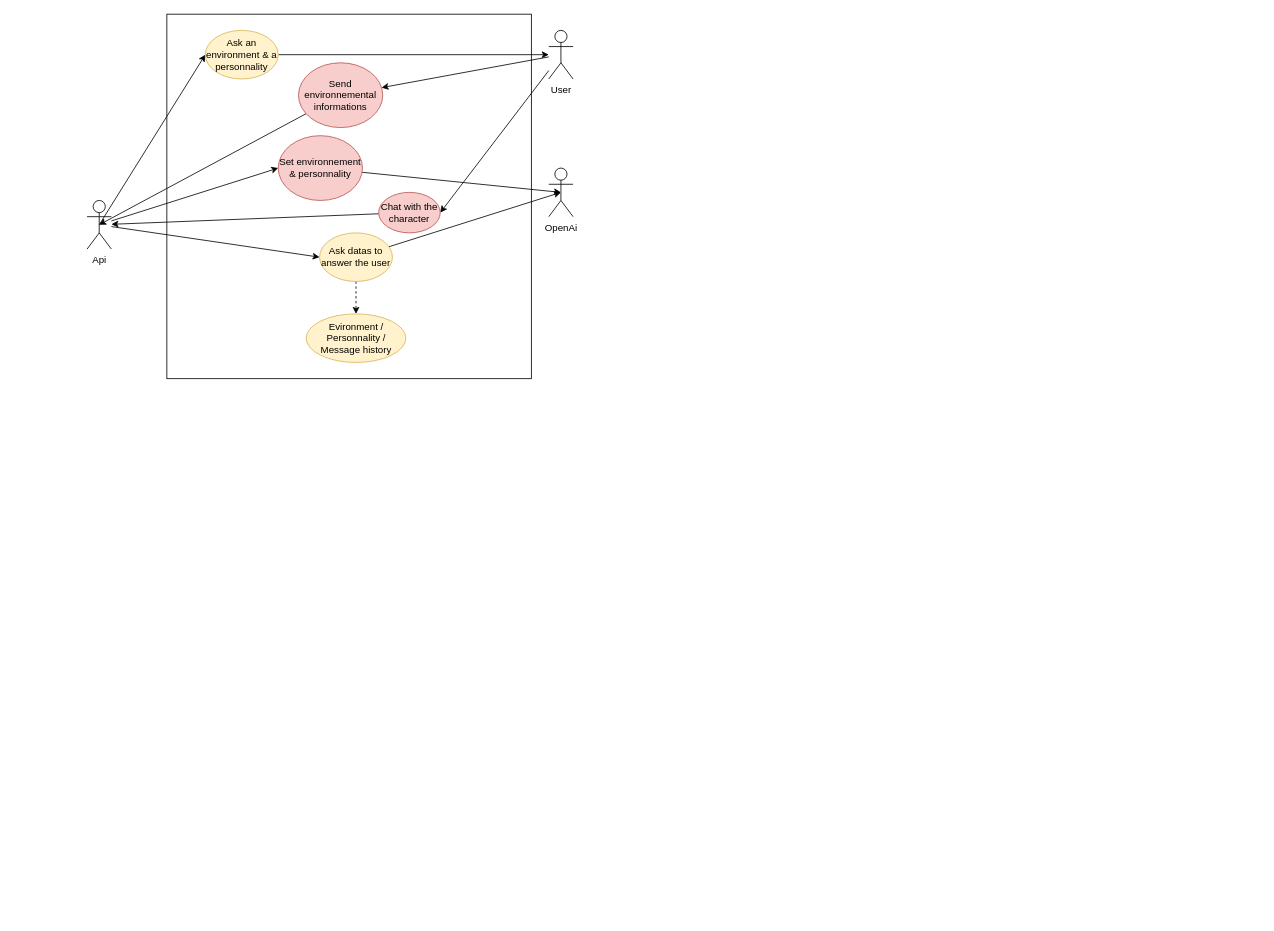
TheoPasquier/Ai-Personnality-chatting keeps this draw.io diagram as UseCase.drawio. Above is the earlier version. Source tidied: cells renumbered, new cells numbered last; positions are measured from the earlier drawing's top-left corner, leaving out a move shared by most shapes. Both pictures are drawn from the tidied source at 81%, with x=0, y=0 at pixel (87, 14).
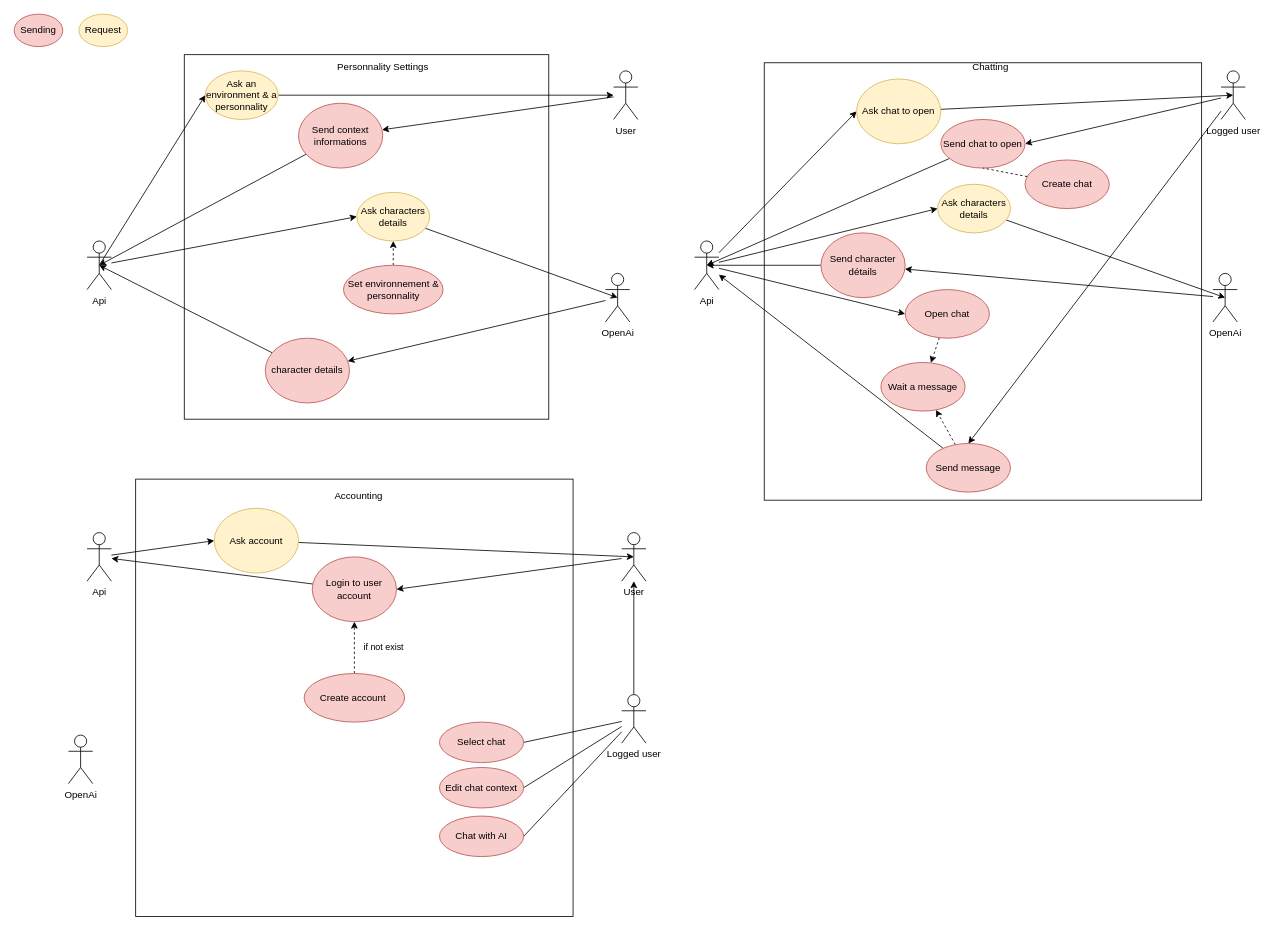
The same diagram, later.

Commit message:
Mettre à jour UseCase.drawio

Change to the diagram source:
```diff
@@
     <mxCell id="2" style="whiteSpace=wrap;html=1;" parent="1" vertex="1">
-      <mxGeometry x="98.5" width="450" height="450" as="geometry" />
+      <mxGeometry x="120" y="50" width="450" height="450" as="geometry" />
     </mxCell>
@@
-    <mxCell id="4" style="edgeStyle=none;rounded=0;jettySize=auto;html=1;entryX=1;entryY=0.5;entryDx=0;entryDy=0;" parent="1" edge="1" source="5" target="18">
-      <mxGeometry relative="1" as="geometry" />
-    </mxCell>
     <mxCell id="5" value="User" style="shape=umlActor;verticalLabelPosition=bottom;verticalAlign=top;html=1;outlineConnect=0;" parent="1" vertex="1">
-      <mxGeometry x="570" y="20" width="30" height="60" as="geometry" />
+      <mxGeometry x="650" y="70" width="30" height="60" as="geometry" />
     </mxCell>
+    <mxCell id="23" style="edgeStyle=none;rounded=0;jettySize=auto;html=1;" parent="1" edge="1" source="6" target="16">
+      <mxGeometry relative="1" as="geometry" />
+    </mxCell>
     <mxCell id="6" value="OpenAi" style="shape=umlActor;verticalLabelPosition=bottom;verticalAlign=top;html=1;outlineConnect=0;" parent="1" vertex="1">
-      <mxGeometry x="570" y="190" width="30" height="60" as="geometry" />
+      <mxGeometry x="640" y="320" width="30" height="60" as="geometry" />
     </mxCell>
@@
-    <mxCell id="8" style="edgeStyle=none;rounded=0;jettySize=auto;html=1;entryX=0;entryY=0.5;entryDx=0;entryDy=0;" parent="1" edge="1" source="10" target="16">
-      <mxGeometry relative="1" as="geometry" />
-    </mxCell>
@@
     <mxCell id="10" value="Api" style="shape=umlActor;verticalLabelPosition=bottom;verticalAlign=top;html=1;outlineConnect=0;" parent="1" vertex="1">
-      <mxGeometry y="230" width="30" height="60" as="geometry" />
+      <mxGeometry y="280" width="30" height="60" as="geometry" />
     </mxCell>
@@
     <mxCell id="12" value="&lt;div&gt;Ask an environment &amp;amp; a personnality&lt;/div&gt;" style="ellipse;whiteSpace=wrap;html=1;fillColor=#fff2cc;strokeColor=#d6b656;" parent="1" vertex="1">
-      <mxGeometry x="146" y="20" width="90" height="60" as="geometry" />
+      <mxGeometry x="146" y="70" width="90" height="60" as="geometry" />
     </mxCell>
@@
-    <mxCell id="14" value="&lt;div&gt;Send environnemental informations&lt;/div&gt;" style="ellipse;whiteSpace=wrap;html=1;fillColor=#f8cecc;strokeColor=#b85450;" parent="1" vertex="1">
-      <mxGeometry x="261" y="60" width="104" height="80" as="geometry" />
+    <mxCell id="14" value="&lt;div&gt;Send context informations&lt;/div&gt;" style="ellipse;whiteSpace=wrap;html=1;fillColor=#f8cecc;strokeColor=#b85450;" parent="1" vertex="1">
+      <mxGeometry x="261" y="110" width="104" height="80" as="geometry" />
     </mxCell>
-    <mxCell id="15" style="edgeStyle=none;rounded=0;jettySize=auto;html=1;entryX=0.5;entryY=0.5;entryDx=0;entryDy=0;entryPerimeter=0;" parent="1" edge="1" source="16" target="6">
-      <mxGeometry relative="1" as="geometry" />
-    </mxCell>
+    <mxCell id="24" style="edgeStyle=none;rounded=0;jettySize=auto;html=1;entryX=0.5;entryY=0.5;entryDx=0;entryDy=0;entryPerimeter=0;" parent="1" edge="1" source="16" target="10">
+      <mxGeometry relative="1" as="geometry" />
+    </mxCell>
-    <mxCell id="16" value="&lt;div&gt;Set environnement &amp;amp; personnality&lt;/div&gt;" style="ellipse;whiteSpace=wrap;html=1;fillColor=#f8cecc;strokeColor=#b85450;" parent="1" vertex="1">
-      <mxGeometry x="236" y="150" width="104" height="80" as="geometry" />
+    <mxCell id="16" value="character details" style="ellipse;whiteSpace=wrap;html=1;fillColor=#f8cecc;strokeColor=#b85450;" parent="1" vertex="1">
+      <mxGeometry x="220" y="400" width="104" height="80" as="geometry" />
     </mxCell>
-    <mxCell id="17" style="edgeStyle=none;rounded=0;jettySize=auto;html=1;" parent="1" edge="1" source="18" target="10">
-      <mxGeometry relative="1" as="geometry" />
-    </mxCell>
-    <mxCell id="18" value="&lt;div&gt;Chat with the character&lt;/div&gt;" style="ellipse;whiteSpace=wrap;html=1;fillColor=#f8cecc;strokeColor=#b85450;" parent="1" vertex="1">
-      <mxGeometry x="360" y="220" width="76" height="50" as="geometry" />
-    </mxCell>
@@
-    <mxCell id="20" style="edgeStyle=none;rounded=0;jettySize=auto;html=1;dashed=1;" parent="1" edge="1" source="21" target="22">
-      <mxGeometry relative="1" as="geometry" />
-    </mxCell>
-    <mxCell id="21" value="&lt;div&gt;Ask datas to answer the user&lt;/div&gt;" style="ellipse;whiteSpace=wrap;html=1;fillColor=#fff2cc;strokeColor=#d6b656;" parent="1" vertex="1">
-      <mxGeometry x="287" y="270" width="90" height="60" as="geometry" />
+    <mxCell id="21" value="Ask characters details" style="ellipse;whiteSpace=wrap;html=1;fillColor=#fff2cc;strokeColor=#d6b656;" parent="1" vertex="1">
+      <mxGeometry x="333" y="220" width="90" height="60" as="geometry" />
     </mxCell>
+    <mxCell id="25" style="edgeStyle=none;rounded=0;jettySize=auto;html=1;dashed=1;" parent="1" edge="1" source="22" target="21">
+      <mxGeometry relative="1" as="geometry" />
+    </mxCell>
-    <mxCell id="22" value="Evironment / Personnality / Message history" style="ellipse;whiteSpace=wrap;html=1;fillColor=#fff2cc;strokeColor=#d6b656;" parent="1" vertex="1">
-      <mxGeometry x="270.5" y="370" width="123" height="60" as="geometry" />
+    <mxCell id="22" value="Set environnement &amp;amp; personnality" style="ellipse;whiteSpace=wrap;html=1;fillColor=#f8cecc;strokeColor=#b85450;" parent="1" vertex="1">
+      <mxGeometry x="316.5" y="310" width="123" height="60" as="geometry" />
     </mxCell>
+    <mxCell id="26" style="whiteSpace=wrap;html=1;" parent="1" vertex="1">
+      <mxGeometry x="60" y="574" width="540" height="540" as="geometry" />
+    </mxCell>
+    <mxCell id="27" value="OpenAi" style="shape=umlActor;verticalLabelPosition=bottom;verticalAlign=top;html=1;" parent="1" vertex="1">
+      <mxGeometry x="-23" y="890" width="30" height="60" as="geometry" />
+    </mxCell>
+    <mxCell id="28" style="edgeStyle=none;rounded=0;jettySize=auto;html=1;entryX=0;entryY=0.5;entryDx=0;entryDy=0;" parent="1" edge="1" source="29" target="34">
+      <mxGeometry relative="1" as="geometry" />
+    </mxCell>
+    <mxCell id="29" value="Api" style="shape=umlActor;verticalLabelPosition=bottom;verticalAlign=top;html=1;outlineConnect=0;" parent="1" vertex="1">
+      <mxGeometry y="640" width="30" height="60" as="geometry" />
+    </mxCell>
+    <mxCell id="30" style="edgeStyle=none;rounded=0;jettySize=auto;html=1;entryX=1;entryY=0.5;entryDx=0;entryDy=0;" parent="1" edge="1" source="31" target="42">
+      <mxGeometry relative="1" as="geometry" />
+    </mxCell>
+    <mxCell id="31" value="User" style="shape=umlActor;verticalLabelPosition=bottom;verticalAlign=top;html=1;outlineConnect=0;" parent="1" vertex="1">
+      <mxGeometry x="660" y="640" width="30" height="60" as="geometry" />
+    </mxCell>
+    <mxCell id="32" value="Personnality Settings" style="text;html=1;align=center;verticalAlign=middle;strokeColor=none;fillColor=none;" parent="1" vertex="1">
+      <mxGeometry x="295" y="50" width="140" height="30" as="geometry" />
+    </mxCell>
+    <mxCell id="33" style="edgeStyle=none;rounded=0;jettySize=auto;html=1;entryX=0.5;entryY=0.5;entryDx=0;entryDy=0;entryPerimeter=0;" parent="1" edge="1" source="34" target="31">
+      <mxGeometry relative="1" as="geometry" />
+    </mxCell>
+    <mxCell id="34" value="&lt;div&gt;Ask account&lt;/div&gt;" style="ellipse;whiteSpace=wrap;html=1;fillColor=#fff2cc;strokeColor=#d6b656;" parent="1" vertex="1">
+      <mxGeometry x="157" y="610" width="104" height="80" as="geometry" />
+    </mxCell>
+    <mxCell id="35" value="Accounting" style="text;html=1;align=center;verticalAlign=middle;strokeColor=none;fillColor=none;" parent="1" vertex="1">
+      <mxGeometry x="295" y="580" width="80" height="30" as="geometry" />
+    </mxCell>
+    <mxCell id="36" value="Sending" style="ellipse;whiteSpace=wrap;html=1;fillColor=#f8cecc;strokeColor=#b85450;" parent="1" vertex="1">
+      <mxGeometry x="-90" width="60" height="40" as="geometry" />
+    </mxCell>
+    <mxCell id="37" value="Request" style="ellipse;whiteSpace=wrap;html=1;fillColor=#fff2cc;strokeColor=#d6b656;" parent="1" vertex="1">
+      <mxGeometry x="-10" width="60" height="40" as="geometry" />
+    </mxCell>
+    <mxCell id="38" style="edgeStyle=none;rounded=0;jettySize=auto;html=1;dashed=1;strokeWidth=1;" parent="1" edge="1" source="40" target="42">
+      <mxGeometry relative="1" as="geometry" />
+    </mxCell>
+    <mxCell id="39" value="if not exist" style="edgeLabel;html=1;align=center;verticalAlign=middle;" parent="38" vertex="1">
+      <mxGeometry x="-0.19" relative="1" as="geometry">
+        <mxPoint x="35" y="-8" as="offset" />
+      </mxGeometry>
+    </mxCell>
+    <mxCell id="40" value="Create account&amp;nbsp;" style="ellipse;whiteSpace=wrap;html=1;fillColor=#f8cecc;strokeColor=#b85450;" parent="1" vertex="1">
+      <mxGeometry x="268" y="814" width="124" height="60" as="geometry" />
+    </mxCell>
+    <mxCell id="41" style="edgeStyle=none;rounded=0;jettySize=auto;html=1;" parent="1" edge="1" source="42" target="29">
+      <mxGeometry relative="1" as="geometry" />
+    </mxCell>
+    <mxCell id="42" value="Login to user account" style="ellipse;whiteSpace=wrap;html=1;fillColor=#f8cecc;strokeColor=#b85450;" parent="1" vertex="1">
+      <mxGeometry x="278" y="670" width="104" height="80" as="geometry" />
+    </mxCell>
+    <mxCell id="43" style="edgeStyle=none;rounded=0;jettySize=auto;html=1;" parent="1" edge="1" source="47" target="31">
+      <mxGeometry relative="1" as="geometry" />
+    </mxCell>
+    <mxCell id="44" style="edgeStyle=none;rounded=0;jettySize=auto;html=1;entryX=1;entryY=0.5;entryDx=0;entryDy=0;strokeWidth=1;endArrow=none;endFill=0;" parent="1" edge="1" source="47" target="48">
+      <mxGeometry relative="1" as="geometry" />
+    </mxCell>
+    <mxCell id="45" style="edgeStyle=none;rounded=0;jettySize=auto;html=1;entryX=1;entryY=0.5;entryDx=0;entryDy=0;strokeWidth=1;endArrow=none;endFill=0;" parent="1" edge="1" source="47" target="49">
+      <mxGeometry relative="1" as="geometry" />
+    </mxCell>
+    <mxCell id="46" style="edgeStyle=none;rounded=0;jettySize=auto;html=1;entryX=1;entryY=0.5;entryDx=0;entryDy=0;strokeWidth=1;endArrow=none;endFill=0;" parent="1" edge="1" source="47" target="50">
+      <mxGeometry relative="1" as="geometry" />
+    </mxCell>
+    <mxCell id="47" value="Logged user" style="shape=umlActor;verticalLabelPosition=bottom;verticalAlign=top;html=1;outlineConnect=0;" parent="1" vertex="1">
+      <mxGeometry x="660" y="840" width="30" height="60" as="geometry" />
+    </mxCell>
+    <mxCell id="48" value="Select chat" style="ellipse;whiteSpace=wrap;html=1;fillColor=#f8cecc;strokeColor=#b85450;" parent="1" vertex="1">
+      <mxGeometry x="435" y="874" width="104" height="50" as="geometry" />
+    </mxCell>
+    <mxCell id="49" value="Edit chat context" style="ellipse;whiteSpace=wrap;html=1;fillColor=#f8cecc;strokeColor=#b85450;" parent="1" vertex="1">
+      <mxGeometry x="435" y="930" width="104" height="50" as="geometry" />
+    </mxCell>
+    <mxCell id="50" value="Chat with AI" style="ellipse;whiteSpace=wrap;html=1;fillColor=#f8cecc;strokeColor=#b85450;" parent="1" vertex="1">
+      <mxGeometry x="435" y="990" width="104" height="50" as="geometry" />
+    </mxCell>
+    <mxCell id="51" style="whiteSpace=wrap;html=1;" parent="1" vertex="1">
+      <mxGeometry x="836" y="60" width="540" height="540" as="geometry" />
+    </mxCell>
+    <mxCell id="52" style="edgeStyle=none;rounded=0;jettySize=auto;html=1;entryX=1;entryY=0.5;entryDx=0;entryDy=0;strokeWidth=1;" parent="1" edge="1" source="54" target="69">
+      <mxGeometry relative="1" as="geometry" />
+    </mxCell>
+    <mxCell id="53" style="edgeStyle=none;rounded=0;jettySize=auto;html=1;entryX=0.5;entryY=0;entryDx=0;entryDy=0;strokeWidth=1;" parent="1" edge="1" source="54" target="77">
+      <mxGeometry relative="1" as="geometry" />
+    </mxCell>
+    <mxCell id="54" value="Logged user" style="shape=umlActor;verticalLabelPosition=bottom;verticalAlign=top;html=1;outlineConnect=0;" parent="1" vertex="1">
+      <mxGeometry x="1400" y="70" width="30" height="60" as="geometry" />
+    </mxCell>
+    <mxCell id="55" style="edgeStyle=none;rounded=0;jettySize=auto;html=1;" parent="1" edge="1" source="56" target="64">
+      <mxGeometry relative="1" as="geometry" />
+    </mxCell>
+    <mxCell id="56" value="OpenAi" style="shape=umlActor;verticalLabelPosition=bottom;verticalAlign=top;html=1;outlineConnect=0;" parent="1" vertex="1">
+      <mxGeometry x="1390" y="320" width="30" height="60" as="geometry" />
+    </mxCell>
+    <mxCell id="57" style="edgeStyle=none;rounded=0;jettySize=auto;html=1;entryX=0;entryY=0.5;entryDx=0;entryDy=0;" parent="1" edge="1" source="60" target="66">
+      <mxGeometry relative="1" as="geometry" />
+    </mxCell>
+    <mxCell id="58" style="edgeStyle=none;rounded=0;jettySize=auto;html=1;entryX=0;entryY=0.5;entryDx=0;entryDy=0;strokeWidth=1;" parent="1" edge="1" source="60" target="62">
+      <mxGeometry relative="1" as="geometry" />
+    </mxCell>
+    <mxCell id="59" style="edgeStyle=none;rounded=0;jettySize=auto;html=1;entryX=0;entryY=0.5;entryDx=0;entryDy=0;strokeWidth=1;" parent="1" edge="1" source="60" target="73">
+      <mxGeometry relative="1" as="geometry" />
+    </mxCell>
+    <mxCell id="60" value="Api" style="shape=umlActor;verticalLabelPosition=bottom;verticalAlign=top;html=1;outlineConnect=0;" parent="1" vertex="1">
+      <mxGeometry x="750" y="280" width="30" height="60" as="geometry" />
+    </mxCell>
+    <mxCell id="61" style="edgeStyle=none;rounded=0;jettySize=auto;html=1;entryX=0.5;entryY=0.5;entryDx=0;entryDy=0;entryPerimeter=0;strokeWidth=1;" parent="1" edge="1" source="62" target="54">
+      <mxGeometry relative="1" as="geometry" />
+    </mxCell>
+    <mxCell id="62" value="&lt;div&gt;Ask chat to open&lt;/div&gt;" style="ellipse;whiteSpace=wrap;html=1;fillColor=#fff2cc;strokeColor=#d6b656;" parent="1" vertex="1">
+      <mxGeometry x="950" y="80" width="104" height="80" as="geometry" />
+    </mxCell>
+    <mxCell id="63" style="edgeStyle=none;rounded=0;jettySize=auto;html=1;entryX=0.5;entryY=0.5;entryDx=0;entryDy=0;entryPerimeter=0;" parent="1" edge="1" source="64" target="60">
+      <mxGeometry relative="1" as="geometry" />
+    </mxCell>
+    <mxCell id="64" value="Send character détails" style="ellipse;whiteSpace=wrap;html=1;fillColor=#f8cecc;strokeColor=#b85450;" parent="1" vertex="1">
+      <mxGeometry x="906" y="270" width="104" height="80" as="geometry" />
+    </mxCell>
+    <mxCell id="65" style="edgeStyle=none;rounded=0;jettySize=auto;html=1;entryX=0.5;entryY=0.5;entryDx=0;entryDy=0;entryPerimeter=0;" parent="1" edge="1" source="66" target="56">
+      <mxGeometry relative="1" as="geometry" />
+    </mxCell>
+    <mxCell id="66" value="Ask characters details" style="ellipse;whiteSpace=wrap;html=1;fillColor=#fff2cc;strokeColor=#d6b656;" parent="1" vertex="1">
+      <mxGeometry x="1050" y="210" width="90" height="60" as="geometry" />
+    </mxCell>
+    <mxCell id="67" value="Chatting" style="text;html=1;align=center;verticalAlign=middle;strokeColor=none;fillColor=none;" parent="1" vertex="1">
+      <mxGeometry x="1080" y="50" width="70" height="30" as="geometry" />
+    </mxCell>
+    <mxCell id="68" style="edgeStyle=none;rounded=0;jettySize=auto;html=1;entryX=0.5;entryY=0.5;entryDx=0;entryDy=0;entryPerimeter=0;strokeWidth=1;" parent="1" edge="1" source="69" target="60">
+      <mxGeometry relative="1" as="geometry" />
+    </mxCell>
+    <mxCell id="69" value="Send chat to open" style="ellipse;whiteSpace=wrap;html=1;fillColor=#f8cecc;strokeColor=#b85450;" parent="1" vertex="1">
+      <mxGeometry x="1054" y="130" width="104" height="60" as="geometry" />
+    </mxCell>
+    <mxCell id="70" style="edgeStyle=none;rounded=0;jettySize=auto;html=1;entryX=0.5;entryY=1;entryDx=0;entryDy=0;strokeWidth=1;dashed=1;endArrow=none;endFill=0;" parent="1" edge="1" source="71" target="69">
+      <mxGeometry relative="1" as="geometry" />
+    </mxCell>
+    <mxCell id="71" value="Create chat" style="ellipse;whiteSpace=wrap;html=1;fillColor=#f8cecc;strokeColor=#b85450;" parent="1" vertex="1">
+      <mxGeometry x="1158" y="180" width="104" height="60" as="geometry" />
+    </mxCell>
+    <mxCell id="72" style="edgeStyle=none;rounded=0;jettySize=auto;html=1;strokeWidth=1;dashed=1;" parent="1" edge="1" source="73" target="74">
+      <mxGeometry relative="1" as="geometry" />
+    </mxCell>
+    <mxCell id="73" value="Open chat" style="ellipse;whiteSpace=wrap;html=1;fillColor=#f8cecc;strokeColor=#b85450;" parent="1" vertex="1">
+      <mxGeometry x="1010" y="340" width="104" height="60" as="geometry" />
+    </mxCell>
+    <mxCell id="74" value="Wait a message" style="ellipse;whiteSpace=wrap;html=1;fillColor=#f8cecc;strokeColor=#b85450;" parent="1" vertex="1">
+      <mxGeometry x="980" y="430" width="104" height="60" as="geometry" />
+    </mxCell>
+    <mxCell id="75" style="edgeStyle=none;rounded=0;jettySize=auto;html=1;strokeWidth=1;" parent="1" edge="1" source="77" target="60">
+      <mxGeometry relative="1" as="geometry" />
+    </mxCell>
+    <mxCell id="76" style="edgeStyle=none;rounded=0;jettySize=auto;html=1;strokeWidth=1;dashed=1;" parent="1" edge="1" source="77" target="74">
+      <mxGeometry relative="1" as="geometry" />
+    </mxCell>
+    <mxCell id="77" value="Send message" style="ellipse;whiteSpace=wrap;html=1;fillColor=#f8cecc;strokeColor=#b85450;" parent="1" vertex="1">
+      <mxGeometry x="1036" y="530" width="104" height="60" as="geometry" />
+    </mxCell>
+    <mxCell id="78" style="edgeStyle=none;rounded=0;orthogonalLoop=1;jettySize=auto;html=1;exitX=0.5;exitY=0;exitDx=0;exitDy=0;dashed=1;strokeWidth=1;" parent="1" edge="1" source="77" target="77">
+      <mxGeometry relative="1" as="geometry" />
+    </mxCell>
```
